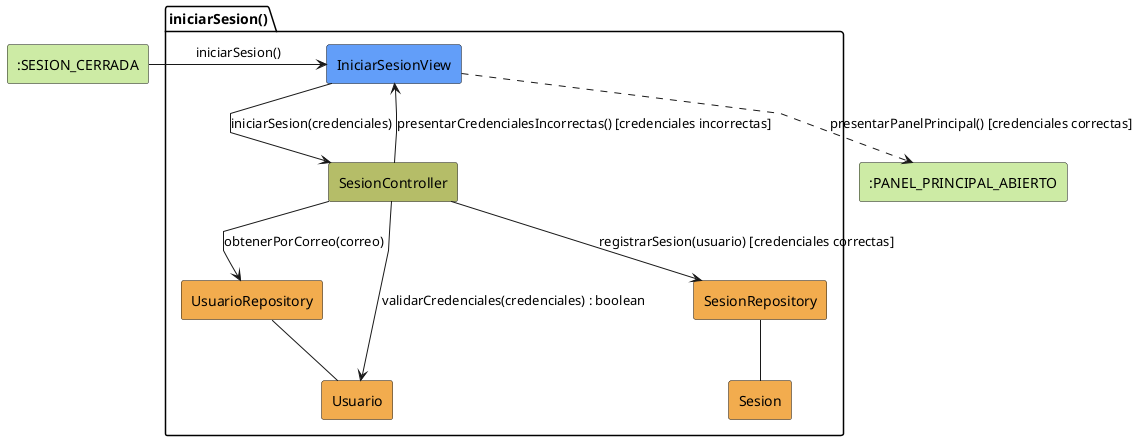
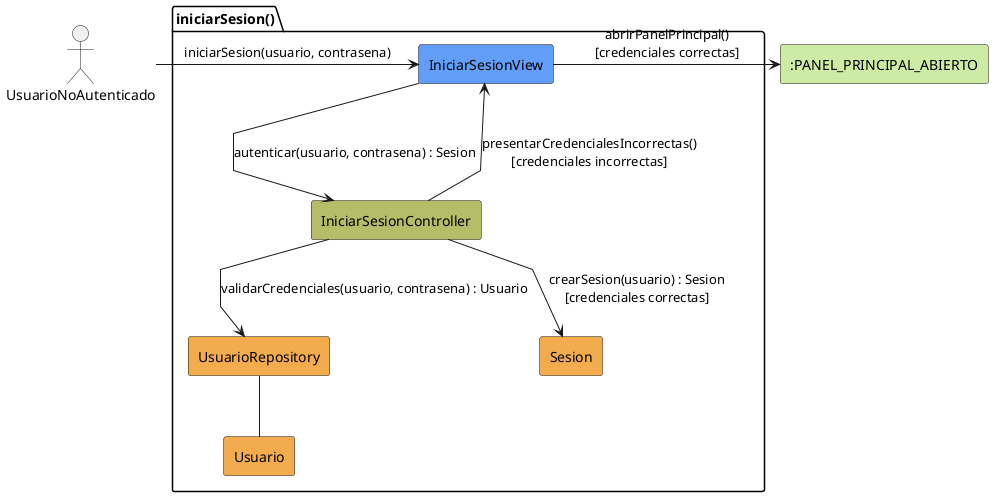
@startuml iniciarSesion-analisis
skinparam linetype polyline

- rectangle #CDEBA5 ":SESION_CERRADA" as EstadoEntrada
+ actor UsuarioNoAutenticado
+ 
package iniciarSesion as "iniciarSesion()" {
    rectangle #629EF9 IniciarSesionView
-     rectangle #b5bd68 SesionController
+     rectangle #b5bd68 IniciarSesionController
    rectangle #F2AC4E UsuarioRepository
    rectangle #F2AC4E Usuario
-     rectangle #F2AC4E SesionRepository
    rectangle #F2AC4E Sesion
}

- rectangle #CDEBA5 ":PANEL_PRINCIPAL_ABIERTO" as EstadoSalida
+ rectangle #CDEBA5 ":PANEL_PRINCIPAL_ABIERTO" as PanelPrincipalAbierto

+ UsuarioNoAutenticado -r-> IniciarSesionView: iniciarSesion(usuario, contrasena)

- EstadoEntrada -r-> IniciarSesionView: iniciarSesion()
+ IniciarSesionView -d-> IniciarSesionController: autenticar(usuario, contrasena) : Sesion

- IniciarSesionView -d-> SesionController: iniciarSesion(credenciales)
- SesionController --> UsuarioRepository: obtenerPorCorreo(correo)
- SesionController --> Usuario: validarCredenciales(credenciales) : boolean
- SesionController --> IniciarSesionView: presentarCredencialesIncorrectas() [credenciales incorrectas]
- SesionController --> SesionRepository: registrarSesion(usuario) [credenciales correctas]
+ IniciarSesionController --> UsuarioRepository: validarCredenciales(usuario, contrasena) : Usuario
+ 
UsuarioRepository -- Usuario
- SesionRepository -- Sesion
- IniciarSesionView ..> EstadoSalida: presentarPanelPrincipal() [credenciales correctas]

+ IniciarSesionController --> IniciarSesionView: presentarCredencialesIncorrectas()\n[credenciales incorrectas]
+ 
+ IniciarSesionController --> Sesion: crearSesion(usuario) : Sesion\n[credenciales correctas]
+ 
+ IniciarSesionView -r-> PanelPrincipalAbierto: abrirPanelPrincipal()\n[credenciales correctas]

@enduml
